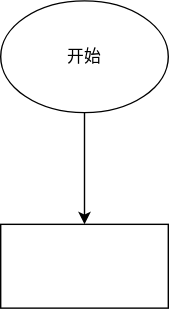
GitHubFeiLong/goudong-java keeps this draw.io diagram as goudong-file-server/README.assets/文件分片上传.svg. Above is the earlier version. Source tidied: cells renumbered, new cells last; positions are measured from the earlier drawing's top-left corner, leaving out a move shared by most shapes. Its diagram source:
```xml
<mxGraphModel>
  <root>
    <mxCell id="0" />
    <mxCell id="1" parent="0" />
    <mxCell id="2" style="edgeStyle=orthogonalEdgeStyle;rounded=0;jettySize=auto;html=1;entryX=0.5;entryY=0;entryDx=0;entryDy=0;" parent="1" edge="1" source="3" target="4">
      <mxGeometry relative="1" as="geometry" />
    </mxCell>
    <mxCell id="3" value="开始" style="ellipse;whiteSpace=wrap;html=1;" parent="1" vertex="1">
      <mxGeometry width="120" height="80" as="geometry" />
    </mxCell>
    <mxCell id="4" style="rounded=0;whiteSpace=wrap;html=1;" parent="1" vertex="1">
      <mxGeometry y="160" width="120" height="60" as="geometry" />
    </mxCell>
  </root>
</mxGraphModel>
```
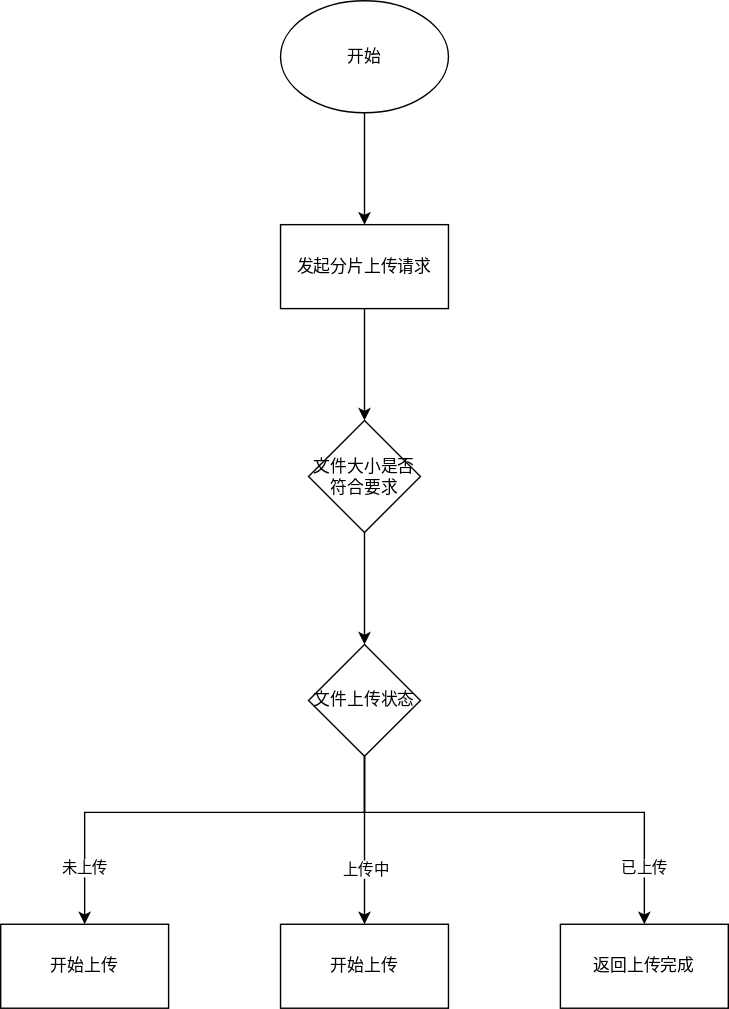
The same file after the commit.

What changed in the source:
```diff
@@ -8,8 +8,53 @@
     <mxCell id="3" value="开始" style="ellipse;whiteSpace=wrap;html=1;" parent="1" vertex="1">
       <mxGeometry width="120" height="80" as="geometry" />
     </mxCell>
+    <mxCell id="5" style="edgeStyle=orthogonalEdgeStyle;rounded=0;jettySize=auto;html=1;entryX=0.5;entryY=0;entryDx=0;entryDy=0;entryPerimeter=0;" parent="1" edge="1" source="4" target="7">
+      <mxGeometry relative="1" as="geometry" />
+    </mxCell>
-    <mxCell id="4" style="rounded=0;whiteSpace=wrap;html=1;" parent="1" vertex="1">
+    <mxCell id="4" value="发起分片上传请求" style="rounded=0;whiteSpace=wrap;html=1;" parent="1" vertex="1">
       <mxGeometry y="160" width="120" height="60" as="geometry" />
     </mxCell>
+    <mxCell id="6" style="edgeStyle=orthogonalEdgeStyle;rounded=0;jettySize=auto;html=1;" parent="1" edge="1" source="7" target="12">
+      <mxGeometry relative="1" as="geometry" />
+    </mxCell>
+    <mxCell id="7" value="文件大小是否符合要求" style="rhombus;whiteSpace=wrap;html=1;" parent="1" vertex="1">
+      <mxGeometry x="20" y="300" width="80" height="80" as="geometry" />
+    </mxCell>
+    <mxCell id="8" value="未上传" style="edgeStyle=orthogonalEdgeStyle;rounded=0;jettySize=auto;html=1;" parent="1" edge="1" source="12" target="13">
+      <mxGeometry x="0.75" relative="1" as="geometry">
+        <Array as="points">
+          <mxPoint x="60" y="580" />
+          <mxPoint x="-140" y="580" />
+        </Array>
+      </mxGeometry>
+    </mxCell>
+    <mxCell id="9" style="edgeStyle=orthogonalEdgeStyle;rounded=0;jettySize=auto;html=1;entryX=0.5;entryY=0;entryDx=0;entryDy=0;" parent="1" edge="1" source="12" target="14">
+      <mxGeometry relative="1" as="geometry" />
+    </mxCell>
+    <mxCell id="10" value="上传中" style="edgeLabel;html=1;align=center;verticalAlign=middle;" parent="9" vertex="1">
+      <mxGeometry x="0.22" relative="1" as="geometry">
+        <mxPoint y="7" as="offset" />
+      </mxGeometry>
+    </mxCell>
+    <mxCell id="11" value="已上传" style="edgeStyle=orthogonalEdgeStyle;rounded=0;jettySize=auto;html=1;entryX=0.5;entryY=0;entryDx=0;entryDy=0;" parent="1" edge="1" source="12" target="15">
+      <mxGeometry x="0.75" relative="1" as="geometry">
+        <Array as="points">
+          <mxPoint x="60" y="580" />
+          <mxPoint x="260" y="580" />
+        </Array>
+      </mxGeometry>
+    </mxCell>
+    <mxCell id="12" value="文件上传状态" style="rhombus;whiteSpace=wrap;html=1;" parent="1" vertex="1">
+      <mxGeometry x="20" y="460" width="80" height="80" as="geometry" />
+    </mxCell>
+    <mxCell id="13" value="开始上传" style="whiteSpace=wrap;html=1;" parent="1" vertex="1">
+      <mxGeometry x="-200" y="660" width="120" height="60" as="geometry" />
+    </mxCell>
+    <mxCell id="14" value="&lt;span&gt;开始上传&lt;/span&gt;" style="whiteSpace=wrap;html=1;" parent="1" vertex="1">
+      <mxGeometry y="660" width="120" height="60" as="geometry" />
+    </mxCell>
+    <mxCell id="15" value="返回上传完成" style="whiteSpace=wrap;html=1;" parent="1" vertex="1">
+      <mxGeometry x="200" y="660" width="120" height="60" as="geometry" />
+    </mxCell>
   </root>
 </mxGraphModel>
```
